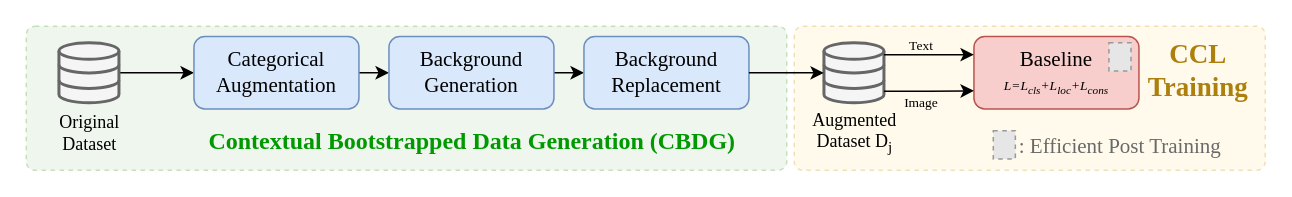
Above: overview.drawio in bozhao-li/hello-world (draw.io), before the change. Source tidied: cells renumbered, new cells numbered last; positions are measured from the earlier drawing's top-left corner, leaving out a move shared by most shapes. Both pictures are drawn from the tidied source at 150%, with x=0, y=0 at pixel (26, 26). Pictures stored in the file or linked from it are replaced by grey dashed boxes.
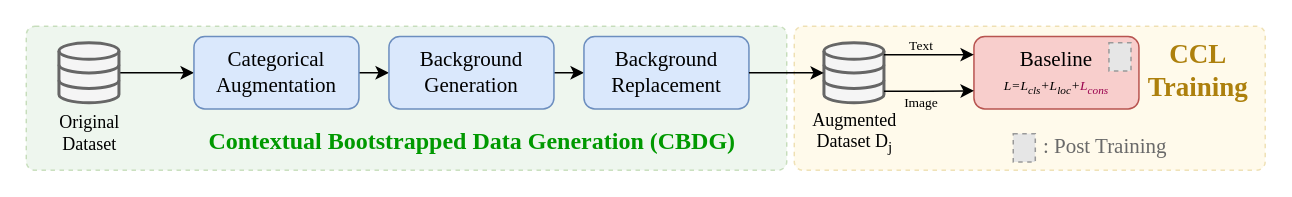
After the change.

Diff of the diagram source:
```diff
@@
-    <mxCell id="16" value="&lt;font face=&quot;Times New Roman&quot;&gt;&lt;span style=&quot;font-size: 14px; text-wrap-mode: nowrap;&quot;&gt;Baseline&lt;/span&gt;&lt;/font&gt;&lt;div&gt;&lt;font style=&quot;font-size: 9px;&quot; face=&quot;Times New Roman&quot;&gt;&lt;span style=&quot;text-wrap-mode: nowrap;&quot;&gt;&lt;i style=&quot;&quot;&gt;L=L&lt;sub style=&quot;&quot;&gt;cls&lt;/sub&gt;+L&lt;sub style=&quot;&quot;&gt;loc&lt;/sub&gt;+L&lt;sub style=&quot;&quot;&gt;cons&lt;/sub&gt;&lt;/i&gt;&lt;/span&gt;&lt;/font&gt;&lt;/div&gt;" style="rounded=1;whiteSpace=wrap;html=1;fillColor=#f8cecc;strokeColor=#b85450;" parent="1" vertex="1">
+    <mxCell id="16" value="&lt;font face=&quot;Times New Roman&quot;&gt;&lt;span style=&quot;font-size: 14px; text-wrap-mode: nowrap;&quot;&gt;Baseline&lt;/span&gt;&lt;/font&gt;&lt;div&gt;&lt;font style=&quot;font-size: 9px;&quot; face=&quot;Times New Roman&quot;&gt;&lt;span style=&quot;text-wrap-mode: nowrap;&quot;&gt;&lt;i style=&quot;&quot;&gt;L=L&lt;sub style=&quot;&quot;&gt;cls&lt;/sub&gt;+L&lt;sub style=&quot;&quot;&gt;loc&lt;/sub&gt;+&lt;font style=&quot;color: rgb(153, 0, 77);&quot;&gt;L&lt;sub style=&quot;&quot;&gt;cons&lt;/sub&gt;&lt;/font&gt;&lt;/i&gt;&lt;/span&gt;&lt;/font&gt;&lt;/div&gt;" style="rounded=1;whiteSpace=wrap;html=1;fillColor=#f8cecc;strokeColor=#b85450;" parent="1" vertex="1">
       <mxGeometry x="631.8" y="6.9" width="110" height="48.2" as="geometry" />
     </mxCell>
@@
     <mxCell id="21" style="fillColor=#E6E6E6;strokeColor=#999999;dashed=1;verticalLabelPosition=bottom;labelBackgroundColor=default;verticalAlign=top;" parent="1" vertex="1">
-      <mxGeometry x="644.7" y="69.6" width="14.7" height="18.9" as="geometry" />
+      <mxGeometry x="658" y="71.6" width="14.7" height="18.9" as="geometry" />
     </mxCell>
-    <mxCell id="22" value="&lt;font face=&quot;Times New Roman&quot; color=&quot;#696969&quot;&gt;&lt;span style=&quot;font-size: 14px;&quot;&gt;: E&lt;/span&gt;&lt;/font&gt;&lt;font face=&quot;Times New Roman&quot; color=&quot;#696969&quot;&gt;&lt;span style=&quot;font-size: 14px;&quot;&gt;fficient Post Training&lt;/span&gt;&lt;/font&gt;" style="text;html=1;align=center;verticalAlign=middle;strokeColor=none;fillColor=none;" parent="1" vertex="1">
-      <mxGeometry x="649.2" y="66" width="160" height="30" as="geometry" />
+    <mxCell id="22" value="&lt;font face=&quot;Times New Roman&quot; color=&quot;#696969&quot;&gt;&lt;span style=&quot;font-size: 14px;&quot;&gt;: &lt;/span&gt;&lt;/font&gt;&lt;font face=&quot;Times New Roman&quot; color=&quot;#696969&quot;&gt;&lt;span style=&quot;font-size: 14px;&quot;&gt;Post Training&lt;/span&gt;&lt;/font&gt;" style="text;html=1;align=center;verticalAlign=middle;strokeColor=none;fillColor=none;" parent="1" vertex="1">
+      <mxGeometry x="664.2" y="66" width="110" height="30" as="geometry" />
     </mxCell>
```
